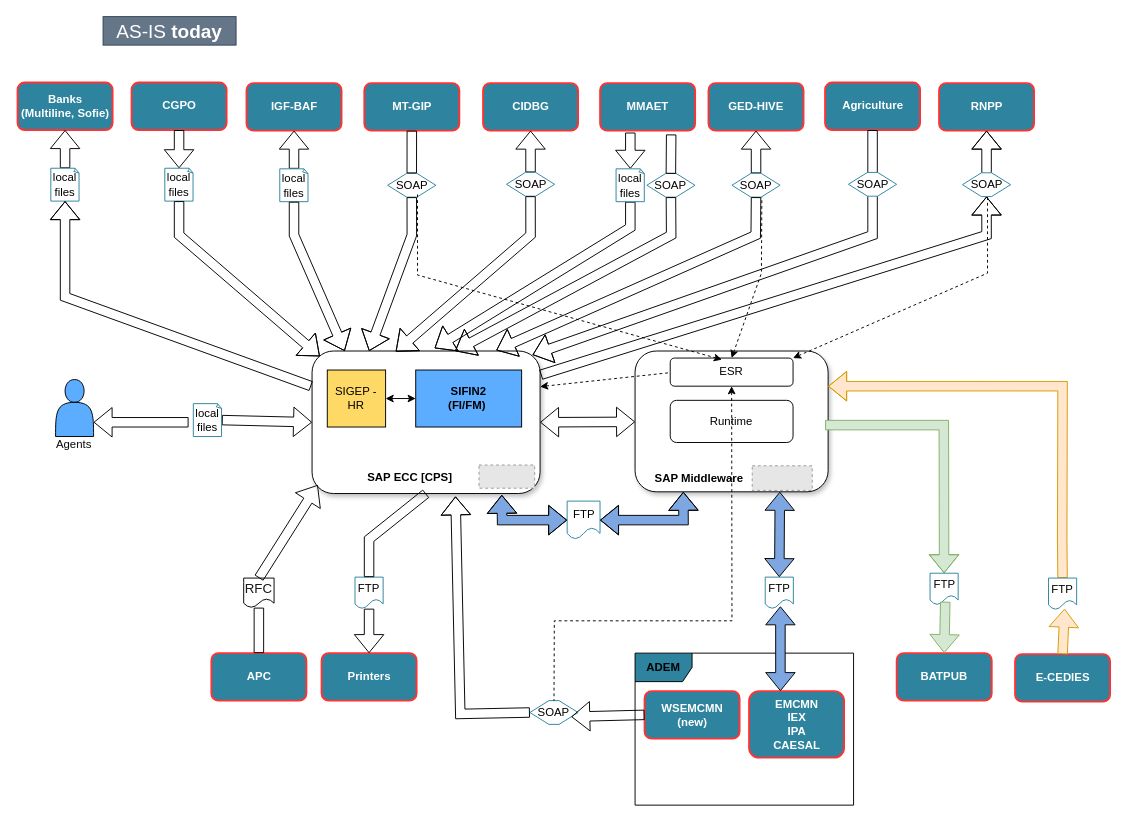
Earlier version of the draw.io diagram page "AsIs-Detailed" (4 of 7) of my_diagram.drawio (efelman/my_diagrams). Source tidied: cells renumbered, new cells numbered last; positions are measured from the earlier drawing's top-left corner, leaving out a move shared by most shapes. Both pictures are drawn from the tidied source at 95%, with x=0, y=0 at pixel (17, 16). Pictures stored in the file or linked from it are replaced by grey dashed boxes.
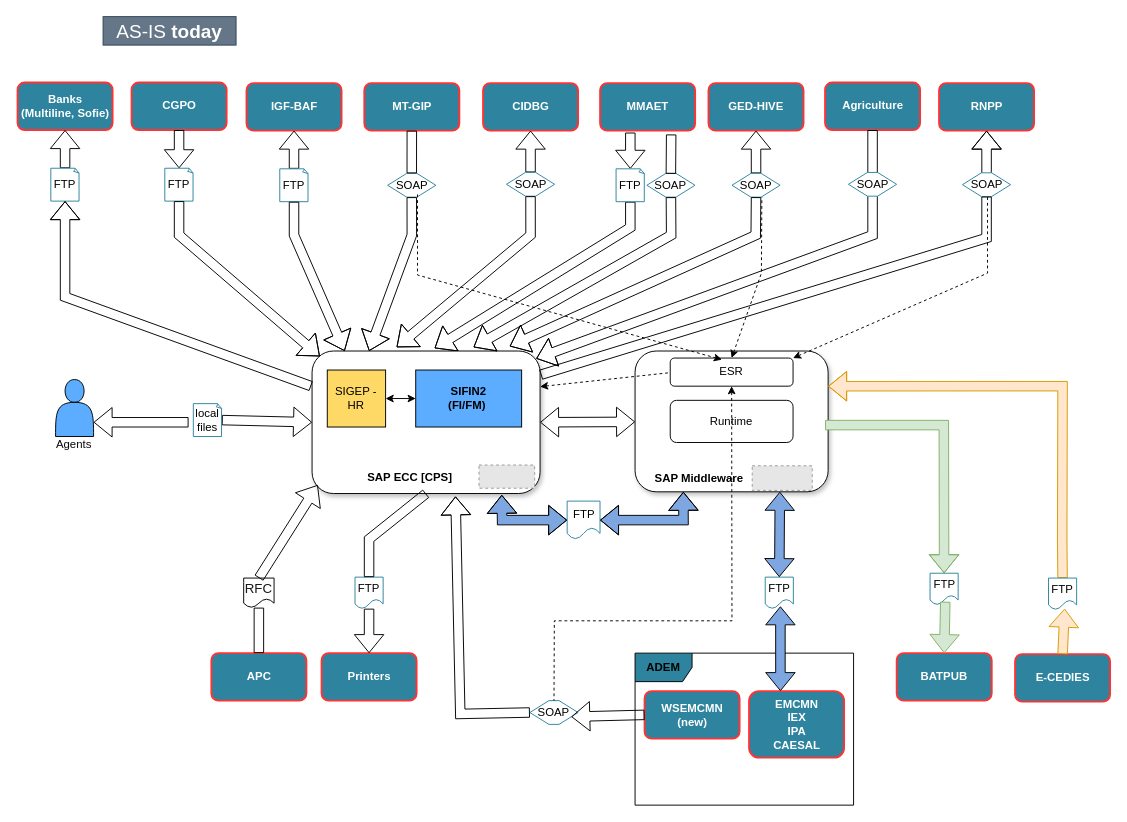
The same page after the edit.

The change refers to these unchanged cells:
```xml
<mxCell id="15" style="rounded=1;whiteSpace=wrap;html=1;shadow=1;glass=0;sketch=0;" parent="14" vertex="1">
  <mxGeometry width="240" height="150" as="geometry" />
</mxCell>
<mxCell id="29" value="SOAP" style="shape=hexagon;perimeter=hexagonPerimeter2;whiteSpace=wrap;html=1;fixedSize=1;strokeColor=#2E849E;" parent="1" vertex="1">
  <mxGeometry x="514.6" y="164" width="50.7" height="25" as="geometry" />
</mxCell>
<mxCell id="32" value="SOAP" style="shape=hexagon;perimeter=hexagonPerimeter2;whiteSpace=wrap;html=1;fixedSize=1;strokeColor=#2E849E;" parent="1" vertex="1">
  <mxGeometry x="662.4" y="165" width="50.7" height="25" as="geometry" />
</mxCell>
<mxCell id="44" value="SOAP" style="shape=hexagon;perimeter=hexagonPerimeter2;whiteSpace=wrap;html=1;fixedSize=1;strokeColor=#2E849E;" parent="1" vertex="1">
  <mxGeometry x="752" y="165" width="50.7" height="25" as="geometry" />
</mxCell>
<mxCell id="55" value="&lt;font color=&quot;#ffffff&quot;&gt;Agriculture&lt;/font&gt;" style="dashed=0;html=1;rounded=1;fillColor=#2E849E;strokeColor=#FF3333;fontSize=12;align=center;fontStyle=1;strokeWidth=2;fontColor=#42526E;" parent="1" vertex="1">
  <mxGeometry x="850" y="69.4" width="100" height="50" as="geometry" />
</mxCell>
<mxCell id="59" value="SOAP" style="shape=hexagon;perimeter=hexagonPerimeter2;whiteSpace=wrap;html=1;fixedSize=1;strokeColor=#2E849E;" parent="1" vertex="1">
  <mxGeometry x="994.6" y="164.4" width="50.7" height="25" as="geometry" />
</mxCell>
```

Change to the diagram source:
```diff
@@
-    <mxCell id="25" value="local files" style="whiteSpace=wrap;html=1;shape=mxgraph.basic.document;strokeColor=#2E849E;" parent="1" vertex="1">
+    <mxCell id="25" value="FTP" style="whiteSpace=wrap;html=1;shape=mxgraph.basic.document;strokeColor=#2E849E;" parent="1" vertex="1">
       <mxGeometry x="276" y="160.2" width="30" height="34.6" as="geometry" />
     </mxCell>
@@
-    <mxCell id="30" style="shape=flexArrow;endArrow=none;startArrow=classic;html=1;rounded=0;fontColor=#FFFFFF;entryX=0.5;entryY=1;entryDx=0;entryDy=0;exitX=0.367;exitY=0.004;exitDx=0;exitDy=0;exitPerimeter=0;" parent="1" edge="1" source="15" target="29">
+    <mxCell id="30" style="shape=flexArrow;endArrow=none;startArrow=classic;html=1;rounded=0;fontColor=#FFFFFF;entryX=0.5;entryY=1;entryDx=0;entryDy=0;" parent="1" edge="1" target="29">
       <mxGeometry relative="1" as="geometry">
+        <mxPoint x="399" y="348" as="sourcePoint" />
         <Array as="points">
           <mxPoint x="540" y="230" />
         </Array>
       </mxGeometry>
     </mxCell>
@@
-    <mxCell id="33" style="shape=flexArrow;endArrow=none;startArrow=classic;html=1;rounded=0;fontColor=#FFFFFF;entryX=0.5;entryY=1;entryDx=0;entryDy=0;exitX=0.627;exitY=0;exitDx=0;exitDy=0;exitPerimeter=0;" parent="1" edge="1" source="15" target="32">
+    <mxCell id="33" style="shape=flexArrow;endArrow=none;startArrow=classic;html=1;rounded=0;fontColor=#FFFFFF;entryX=0.5;entryY=1;entryDx=0;entryDy=0;" parent="1" edge="1" target="32">
       <mxGeometry relative="1" as="geometry">
+        <mxPoint x="480" y="348" as="sourcePoint" />
         <Array as="points">
           <mxPoint x="688" y="230" />
         </Array>
       </mxGeometry>
     </mxCell>
@@
-    <mxCell id="36" value="local files" style="whiteSpace=wrap;html=1;shape=mxgraph.basic.document;strokeColor=#2E849E;" parent="1" vertex="1">
+    <mxCell id="36" value="FTP" style="whiteSpace=wrap;html=1;shape=mxgraph.basic.document;strokeColor=#2E849E;" parent="1" vertex="1">
       <mxGeometry x="155" y="159.6" width="30" height="34.6" as="geometry" />
     </mxCell>
@@
-    <mxCell id="40" value="local files" style="whiteSpace=wrap;html=1;shape=mxgraph.basic.document;strokeColor=#2E849E;" parent="1" vertex="1">
+    <mxCell id="40" value="FTP" style="whiteSpace=wrap;html=1;shape=mxgraph.basic.document;strokeColor=#2E849E;" parent="1" vertex="1">
       <mxGeometry x="35" y="159.6" width="30" height="34.6" as="geometry" />
     </mxCell>
@@
-    <mxCell id="45" style="shape=flexArrow;endArrow=none;startArrow=classic;html=1;rounded=0;fontColor=#FFFFFF;entryX=0.5;entryY=1;entryDx=0;entryDy=0;exitX=0.808;exitY=-0.005;exitDx=0;exitDy=0;exitPerimeter=0;" parent="1" edge="1" source="15" target="44">
+    <mxCell id="45" style="shape=flexArrow;endArrow=none;startArrow=classic;html=1;rounded=0;fontColor=#FFFFFF;entryX=0.5;entryY=1;entryDx=0;entryDy=0;" parent="1" edge="1" target="44">
       <mxGeometry relative="1" as="geometry">
+        <mxPoint x="518" y="347" as="sourcePoint" />
         <Array as="points">
           <mxPoint x="777" y="230" />
         </Array>
       </mxGeometry>
     </mxCell>
@@
-    <mxCell id="56" style="shape=flexArrow;endArrow=classic;html=1;rounded=0;fontColor=#FFFFFF;exitX=0.5;exitY=1;exitDx=0;exitDy=0;entryX=0.967;entryY=0.027;entryDx=0;entryDy=0;entryPerimeter=0;" parent="1" edge="1" source="55" target="15">
+    <mxCell id="56" style="shape=flexArrow;endArrow=classic;html=1;rounded=0;fontColor=#FFFFFF;exitX=0.5;exitY=1;exitDx=0;exitDy=0;entryX=0.983;entryY=0.053;entryDx=0;entryDy=0;entryPerimeter=0;" parent="1" edge="1" source="55" target="15">
       <mxGeometry relative="1" as="geometry">
         <Array as="points">
           <mxPoint x="900" y="230" />
         </Array>
       </mxGeometry>
     </mxCell>
@@
-    <mxCell id="60" style="shape=flexArrow;endArrow=none;startArrow=classic;html=1;rounded=0;fontColor=#FFFFFF;exitX=0.5;exitY=1;exitDx=0;exitDy=0;entryX=1.003;entryY=0.167;entryDx=0;entryDy=0;entryPerimeter=0;" parent="1" edge="1" source="59" target="15">
-      <mxGeometry relative="1" as="geometry">
-        <Array as="points">
-          <mxPoint x="1020" y="230" />
-        </Array>
-      </mxGeometry>
-    </mxCell>
@@
-    <mxCell id="87" value="local files" style="whiteSpace=wrap;html=1;shape=mxgraph.basic.document;strokeColor=#2E849E;" parent="1" vertex="1">
+    <mxCell id="87" value="FTP" style="whiteSpace=wrap;html=1;shape=mxgraph.basic.document;strokeColor=#2E849E;" parent="1" vertex="1">
       <mxGeometry x="630" y="160.2" width="30" height="34.6" as="geometry" />
     </mxCell>
@@
+    <mxCell id="95" style="shape=flexArrow;endArrow=none;html=1;rounded=0;fontColor=#FFFFFF;entryX=1.003;entryY=0.167;entryDx=0;entryDy=0;entryPerimeter=0;exitX=0.5;exitY=1;exitDx=0;exitDy=0;" parent="1" edge="1">
+      <mxGeometry relative="1" as="geometry">
+        <mxPoint x="1020" y="189.4" as="sourcePoint" />
+        <mxPoint x="550.7" y="377" as="targetPoint" />
+        <Array as="points">
+          <mxPoint x="1020" y="233" />
+        </Array>
+      </mxGeometry>
+    </mxCell>
```
